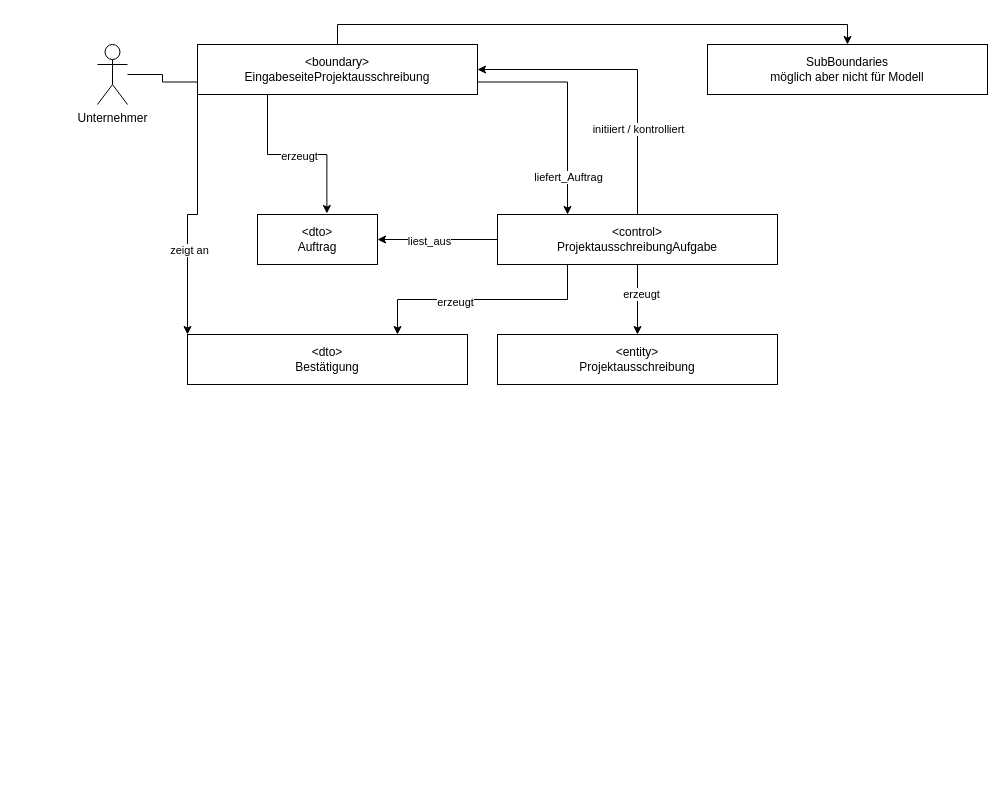
This is BoundaryControl.drawio from tobiasenger/zeichnungen, a draw.io file, before an edit. Source tidied: cells renumbered, new cells numbered last; positions are measured from the earlier drawing's top-left corner, leaving out a move shared by most shapes. Both pictures are drawn from the tidied source at 100%, with x=0, y=0 at pixel (97, 24).
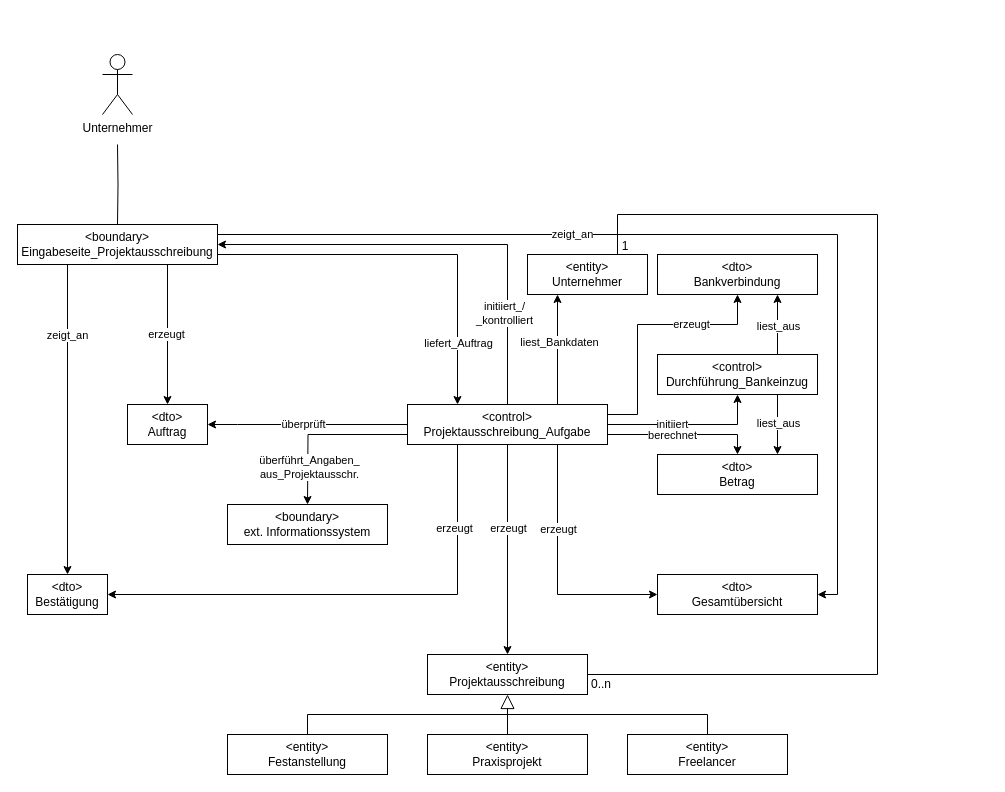
Above is the later version.

Unchanged cells that the change refers to:
```xml
<mxCell id="2" style="edgeStyle=orthogonalEdgeStyle;rounded=0;jettySize=auto;html=1;exitX=1;exitY=0.75;exitDx=0;exitDy=0;entryX=0.25;entryY=0;entryDx=0;entryDy=0;" parent="1" edge="1" source="7" target="16">
  <mxGeometry relative="1" as="geometry" />
</mxCell>
<mxCell id="8" style="edgeStyle=orthogonalEdgeStyle;rounded=0;jettySize=auto;html=1;exitX=0.5;exitY=0;exitDx=0;exitDy=0;entryX=1;entryY=0.5;entryDx=0;entryDy=0;" parent="1" edge="1" source="16" target="7">
  <mxGeometry relative="1" as="geometry" />
</mxCell>
<mxCell id="12" style="edgeStyle=orthogonalEdgeStyle;rounded=0;jettySize=auto;html=1;exitX=0.5;exitY=1;exitDx=0;exitDy=0;entryX=0.5;entryY=0;entryDx=0;entryDy=0;" parent="1" edge="1" source="16" target="20">
  <mxGeometry relative="1" as="geometry" />
</mxCell>
```

What changed in the source:
```diff
@@
     <mxCell id="3" value="liefert_Auftrag" style="edgeLabel;html=1;align=center;verticalAlign=middle;" parent="2" vertex="1">
       <mxGeometry x="0.65" relative="1" as="geometry">
-        <mxPoint y="1" as="offset" />
+        <mxPoint y="6" as="offset" />
       </mxGeometry>
     </mxCell>
-    <mxCell id="4" style="edgeStyle=orthogonalEdgeStyle;rounded=0;jettySize=auto;html=1;exitX=0;exitY=1;exitDx=0;exitDy=0;entryX=0;entryY=0;entryDx=0;entryDy=0;" parent="1" edge="1" source="7" target="21">
+    <mxCell id="4" style="edgeStyle=orthogonalEdgeStyle;rounded=0;jettySize=auto;html=1;exitX=0.25;exitY=1;exitDx=0;exitDy=0;entryX=0.5;entryY=0;entryDx=0;entryDy=0;" parent="1" edge="1" source="7" target="21">
       <mxGeometry relative="1" as="geometry" />
     </mxCell>
-    <mxCell id="5" value="zeigt an" style="edgeLabel;html=1;align=center;verticalAlign=middle;" parent="4" vertex="1">
-      <mxGeometry x="0.32" y="1" relative="1" as="geometry" />
+    <mxCell id="5" value="zeigt_an" style="edgeLabel;html=1;align=center;verticalAlign=middle;" parent="4" vertex="1">
+      <mxGeometry x="0.32" y="1" relative="1" as="geometry">
+        <mxPoint x="-2" y="-135" as="offset" />
+      </mxGeometry>
     </mxCell>
-    <mxCell id="6" style="edgeStyle=orthogonalEdgeStyle;rounded=0;jettySize=auto;html=1;exitX=0.5;exitY=0;exitDx=0;exitDy=0;entryX=0.5;entryY=0;entryDx=0;entryDy=0;" parent="1" edge="1" source="7" target="24">
-      <mxGeometry relative="1" as="geometry">
-        <Array as="points">
-          <mxPoint x="240" />
-          <mxPoint x="750" />
-        </Array>
-      </mxGeometry>
-    </mxCell>
+    <mxCell id="25" style="edgeStyle=orthogonalEdgeStyle;rounded=0;jettySize=auto;html=1;exitX=1;exitY=0.25;exitDx=0;exitDy=0;entryX=1;entryY=0.5;entryDx=0;entryDy=0;" parent="1" edge="1" source="7" target="42">
+      <mxGeometry relative="1" as="geometry" />
+    </mxCell>
+    <mxCell id="26" value="zeigt_an" style="edgeLabel;html=1;align=center;verticalAlign=middle;" parent="25" vertex="1">
+      <mxGeometry x="-0.34" y="1" relative="1" as="geometry">
+        <mxPoint x="24" as="offset" />
+      </mxGeometry>
+    </mxCell>
-    <mxCell id="7" value="&amp;lt;boundary&amp;gt;&lt;br&gt;EingabeseiteProjektausschreibung" style="html=1;whiteSpace=wrap;" parent="1" vertex="1">
-      <mxGeometry x="100" y="20" width="280" height="50" as="geometry" />
+    <mxCell id="7" value="&amp;lt;boundary&amp;gt;&lt;br&gt;Eingabeseite_Projektausschreibung" style="html=1;whiteSpace=wrap;" parent="1" vertex="1">
+      <mxGeometry x="-80" y="200" width="200" height="40" as="geometry" />
     </mxCell>
@@
-    <mxCell id="9" value="initiiert / kontrolliert" style="edgeLabel;html=1;align=center;verticalAlign=middle;" parent="8" vertex="1">
+    <mxCell id="9" value="initiiert_/&lt;br&gt;_kontrolliert" style="edgeLabel;html=1;align=center;verticalAlign=middle;" parent="8" vertex="1">
       <mxGeometry x="-0.33" y="-3" relative="1" as="geometry">
-        <mxPoint x="-3" y="16" as="offset" />
+        <mxPoint x="-7" y="59" as="offset" />
       </mxGeometry>
     </mxCell>
     <mxCell id="10" style="edgeStyle=orthogonalEdgeStyle;rounded=0;jettySize=auto;html=1;exitX=0;exitY=0.5;exitDx=0;exitDy=0;entryX=1;entryY=0.5;entryDx=0;entryDy=0;" parent="1" edge="1" source="16" target="17">
-      <mxGeometry relative="1" as="geometry" />
+      <mxGeometry relative="1" as="geometry">
+        <Array as="points">
+          <mxPoint x="140" y="400" />
+          <mxPoint x="140" y="400" />
+        </Array>
+      </mxGeometry>
     </mxCell>
-    <mxCell id="11" value="liest_aus" style="edgeLabel;html=1;align=center;verticalAlign=middle;" parent="10" vertex="1">
-      <mxGeometry x="0.15" y="1" relative="1" as="geometry" />
+    <mxCell id="11" value="überprüft" style="edgeLabel;html=1;align=center;verticalAlign=middle;" parent="10" vertex="1">
+      <mxGeometry x="0.15" y="1" relative="1" as="geometry">
+        <mxPoint x="10" y="-2" as="offset" />
+      </mxGeometry>
     </mxCell>
@@
     <mxCell id="13" value="erzeugt" style="edgeLabel;html=1;align=center;verticalAlign=middle;" parent="12" vertex="1">
-      <mxGeometry x="-0.18" y="3" relative="1" as="geometry" />
+      <mxGeometry x="-0.18" y="3" relative="1" as="geometry">
+        <mxPoint x="-3" y="-3" as="offset" />
+      </mxGeometry>
     </mxCell>
-    <mxCell id="14" style="edgeStyle=orthogonalEdgeStyle;rounded=0;jettySize=auto;html=1;exitX=0.25;exitY=1;exitDx=0;exitDy=0;entryX=0.75;entryY=0;entryDx=0;entryDy=0;" parent="1" edge="1" source="16" target="21">
-      <mxGeometry relative="1" as="geometry" />
+    <mxCell id="14" style="edgeStyle=orthogonalEdgeStyle;rounded=0;jettySize=auto;html=1;exitX=0.25;exitY=1;exitDx=0;exitDy=0;entryX=1;entryY=0.5;entryDx=0;entryDy=0;" parent="1" edge="1" source="16" target="21">
+      <mxGeometry relative="1" as="geometry">
+        <Array as="points">
+          <mxPoint x="360" y="570" />
+        </Array>
+      </mxGeometry>
     </mxCell>
     <mxCell id="15" value="erzeugt" style="edgeLabel;html=1;align=center;verticalAlign=middle;" parent="14" vertex="1">
-      <mxGeometry x="0.23" y="2" relative="1" as="geometry" />
+      <mxGeometry x="0.23" y="2" relative="1" as="geometry">
+        <mxPoint x="154" y="-69" as="offset" />
+      </mxGeometry>
     </mxCell>
+    <mxCell id="27" style="edgeStyle=orthogonalEdgeStyle;rounded=0;jettySize=auto;html=1;exitX=0.75;exitY=1;exitDx=0;exitDy=0;entryX=0;entryY=0.5;entryDx=0;entryDy=0;" parent="1" edge="1" source="16" target="42">
+      <mxGeometry relative="1" as="geometry" />
+    </mxCell>
+    <mxCell id="28" value="erzeugt" style="edgeLabel;html=1;align=center;verticalAlign=middle;" parent="27" vertex="1">
+      <mxGeometry x="-0.3" relative="1" as="geometry">
+        <mxPoint y="-4" as="offset" />
+      </mxGeometry>
+    </mxCell>
+    <mxCell id="29" style="edgeStyle=orthogonalEdgeStyle;rounded=0;jettySize=auto;html=1;exitX=0.75;exitY=0;exitDx=0;exitDy=0;entryX=0.25;entryY=1;entryDx=0;entryDy=0;" parent="1" edge="1" source="16" target="40">
+      <mxGeometry relative="1" as="geometry" />
+    </mxCell>
+    <mxCell id="30" value="liest_Bankdaten" style="edgeLabel;html=1;align=center;verticalAlign=middle;" parent="29" vertex="1">
+      <mxGeometry x="-0.35" y="-1" relative="1" as="geometry">
+        <mxPoint y="-27" as="offset" />
+      </mxGeometry>
+    </mxCell>
+    <mxCell id="31" style="edgeStyle=orthogonalEdgeStyle;rounded=0;jettySize=auto;html=1;exitX=1;exitY=0.5;exitDx=0;exitDy=0;entryX=0.5;entryY=1;entryDx=0;entryDy=0;" parent="1" edge="1" source="16" target="47">
+      <mxGeometry relative="1" as="geometry" />
+    </mxCell>
+    <mxCell id="32" value="initiiert" style="edgeLabel;html=1;align=center;verticalAlign=middle;" parent="31" vertex="1">
+      <mxGeometry x="-0.2" y="-1" relative="1" as="geometry">
+        <mxPoint y="-2" as="offset" />
+      </mxGeometry>
+    </mxCell>
+    <mxCell id="33" style="edgeStyle=orthogonalEdgeStyle;rounded=0;jettySize=auto;html=1;exitX=1;exitY=0.75;exitDx=0;exitDy=0;entryX=0.5;entryY=0;entryDx=0;entryDy=0;" parent="1" edge="1" source="16" target="41">
+      <mxGeometry relative="1" as="geometry" />
+    </mxCell>
+    <mxCell id="34" value="berechnet" style="edgeLabel;html=1;align=center;verticalAlign=middle;" parent="33" vertex="1">
+      <mxGeometry x="-0.15" relative="1" as="geometry" />
+    </mxCell>
+    <mxCell id="35" style="edgeStyle=orthogonalEdgeStyle;rounded=0;jettySize=auto;html=1;exitX=1;exitY=0.25;exitDx=0;exitDy=0;entryX=0.5;entryY=1;entryDx=0;entryDy=0;" parent="1" edge="1" source="16" target="48">
+      <mxGeometry relative="1" as="geometry">
+        <Array as="points">
+          <mxPoint x="540" y="390" />
+          <mxPoint x="540" y="300" />
+          <mxPoint x="640" y="300" />
+        </Array>
+      </mxGeometry>
+    </mxCell>
+    <mxCell id="36" value="erzeugt" style="edgeLabel;html=1;align=center;verticalAlign=middle;" parent="35" vertex="1">
+      <mxGeometry x="-0.5" y="-1" relative="1" as="geometry">
+        <mxPoint x="52" y="-58" as="offset" />
+      </mxGeometry>
+    </mxCell>
+    <mxCell id="37" style="edgeStyle=orthogonalEdgeStyle;rounded=0;jettySize=auto;html=1;exitX=0;exitY=0.75;exitDx=0;exitDy=0;" parent="1" edge="1" source="16">
+      <mxGeometry relative="1" as="geometry">
+        <mxPoint x="210" y="480" as="targetPoint" />
+      </mxGeometry>
+    </mxCell>
+    <mxCell id="38" value="überführt_Angaben_&lt;br&gt;aus_Projektausschr." style="edgeLabel;html=1;align=center;verticalAlign=middle;" parent="37" vertex="1">
+      <mxGeometry x="0.56" y="1" relative="1" as="geometry" />
+    </mxCell>
-    <mxCell id="16" value="&amp;lt;control&amp;gt;&lt;br&gt;ProjektausschreibungAufgabe" style="html=1;whiteSpace=wrap;" parent="1" vertex="1">
-      <mxGeometry x="400" y="190" width="280" height="50" as="geometry" />
+    <mxCell id="16" value="&amp;lt;control&amp;gt;&lt;br&gt;Projektausschreibung_Aufgabe" style="html=1;whiteSpace=wrap;" parent="1" vertex="1">
+      <mxGeometry x="310" y="380" width="200" height="40" as="geometry" />
     </mxCell>
     <mxCell id="17" value="&amp;lt;dto&amp;gt;&lt;br&gt;Auftrag" style="html=1;whiteSpace=wrap;" parent="1" vertex="1">
-      <mxGeometry x="160" y="190" width="120" height="50" as="geometry" />
+      <mxGeometry x="30" y="380" width="80" height="40" as="geometry" />
     </mxCell>
-    <mxCell id="18" style="edgeStyle=orthogonalEdgeStyle;rounded=0;jettySize=auto;html=1;exitX=0.25;exitY=1;exitDx=0;exitDy=0;entryX=0.578;entryY=-0.02;entryDx=0;entryDy=0;entryPerimeter=0;" parent="1" edge="1" source="7" target="17">
+    <mxCell id="18" style="edgeStyle=orthogonalEdgeStyle;rounded=0;jettySize=auto;html=1;exitX=0.75;exitY=1;exitDx=0;exitDy=0;entryX=0.5;entryY=0;entryDx=0;entryDy=0;" parent="1" edge="1" source="7" target="17">
       <mxGeometry relative="1" as="geometry" />
     </mxCell>
@@
     <mxCell id="20" value="&amp;lt;entity&amp;gt;&lt;br&gt;Projektausschreibung" style="html=1;whiteSpace=wrap;" parent="1" vertex="1">
-      <mxGeometry x="400" y="310" width="280" height="50" as="geometry" />
+      <mxGeometry x="330" y="630" width="160" height="40" as="geometry" />
     </mxCell>
     <mxCell id="21" value="&amp;lt;dto&amp;gt;&lt;br&gt;Bestätigung" style="html=1;whiteSpace=wrap;" parent="1" vertex="1">
-      <mxGeometry x="90" y="310" width="280" height="50" as="geometry" />
+      <mxGeometry x="-70" y="550" width="80" height="40" as="geometry" />
     </mxCell>
-    <mxCell id="22" style="edgeStyle=orthogonalEdgeStyle;rounded=0;jettySize=auto;html=1;entryX=0;entryY=0.75;entryDx=0;entryDy=0;endArrow=none;endFill=0;" parent="1" edge="1" source="23" target="7">
-      <mxGeometry relative="1" as="geometry" />
+    <mxCell id="22" style="edgeStyle=orthogonalEdgeStyle;rounded=0;jettySize=auto;html=1;entryX=0.5;entryY=0;entryDx=0;entryDy=0;endArrow=none;endFill=0;" parent="1" edge="1" target="7">
+      <mxGeometry relative="1" as="geometry">
+        <mxPoint x="20" y="120" as="sourcePoint" />
+      </mxGeometry>
     </mxCell>
     <mxCell id="23" value="Unternehmer" style="shape=umlActor;verticalLabelPosition=bottom;verticalAlign=top;html=1;" parent="1" vertex="1">
-      <mxGeometry y="20" width="30" height="60" as="geometry" />
+      <mxGeometry x="5" y="30" width="30" height="60" as="geometry" />
     </mxCell>
-    <mxCell id="24" value="SubBoundaries&lt;br&gt;möglich aber nicht für Modell" style="html=1;whiteSpace=wrap;" parent="1" vertex="1">
-      <mxGeometry x="610" y="20" width="280" height="50" as="geometry" />
-    </mxCell>
+    <mxCell id="39" style="edgeStyle=orthogonalEdgeStyle;rounded=0;jettySize=auto;html=1;exitX=0.75;exitY=0;exitDx=0;exitDy=0;entryX=1;entryY=0.5;entryDx=0;entryDy=0;endArrow=none;endFill=0;" parent="1" edge="1" source="40" target="20">
+      <mxGeometry relative="1" as="geometry">
+        <Array as="points">
+          <mxPoint x="520" y="190" />
+          <mxPoint x="780" y="190" />
+          <mxPoint x="780" y="650" />
+        </Array>
+      </mxGeometry>
+    </mxCell>
+    <mxCell id="40" value="&amp;lt;entity&amp;gt;&lt;br&gt;Unternehmer" style="rounded=0;whiteSpace=wrap;html=1;" parent="1" vertex="1">
+      <mxGeometry x="430" y="230" width="120" height="40" as="geometry" />
+    </mxCell>
+    <mxCell id="41" value="&amp;lt;dto&amp;gt;&lt;br&gt;Betrag" style="rounded=0;whiteSpace=wrap;html=1;" parent="1" vertex="1">
+      <mxGeometry x="560" y="430" width="160" height="40" as="geometry" />
+    </mxCell>
+    <mxCell id="42" value="&amp;lt;dto&amp;gt;&lt;br&gt;Gesamtübersicht" style="rounded=0;whiteSpace=wrap;html=1;" parent="1" vertex="1">
+      <mxGeometry x="560" y="550" width="160" height="40" as="geometry" />
+    </mxCell>
+    <mxCell id="43" style="edgeStyle=orthogonalEdgeStyle;rounded=0;jettySize=auto;html=1;exitX=0.75;exitY=1;exitDx=0;exitDy=0;entryX=0.75;entryY=0;entryDx=0;entryDy=0;" parent="1" edge="1" source="47" target="41">
+      <mxGeometry relative="1" as="geometry" />
+    </mxCell>
+    <mxCell id="44" value="liest_aus" style="edgeLabel;html=1;align=center;verticalAlign=middle;" parent="43" vertex="1">
+      <mxGeometry x="-0.07" relative="1" as="geometry" />
+    </mxCell>
+    <mxCell id="45" style="edgeStyle=orthogonalEdgeStyle;rounded=0;jettySize=auto;html=1;exitX=0.75;exitY=0;exitDx=0;exitDy=0;entryX=0.75;entryY=1;entryDx=0;entryDy=0;" parent="1" edge="1" source="47" target="48">
+      <mxGeometry relative="1" as="geometry" />
+    </mxCell>
+    <mxCell id="46" value="liest_aus" style="edgeLabel;html=1;align=center;verticalAlign=middle;" parent="45" vertex="1">
+      <mxGeometry x="-0.03" relative="1" as="geometry" />
+    </mxCell>
+    <mxCell id="47" value="&amp;lt;control&amp;gt;&lt;br&gt;Durchführung_Bankeinzug" style="rounded=0;whiteSpace=wrap;html=1;" parent="1" vertex="1">
+      <mxGeometry x="560" y="330" width="160" height="40" as="geometry" />
+    </mxCell>
+    <mxCell id="48" value="&amp;lt;dto&amp;gt;&lt;br&gt;Bankverbindung" style="rounded=0;whiteSpace=wrap;html=1;" parent="1" vertex="1">
+      <mxGeometry x="560" y="230" width="160" height="40" as="geometry" />
+    </mxCell>
+    <mxCell id="49" value="1" style="text;html=1;strokeColor=none;fillColor=none;align=center;verticalAlign=middle;whiteSpace=wrap;rounded=0;" parent="1" vertex="1">
+      <mxGeometry x="523" y="217" width="10" height="10" as="geometry" />
+    </mxCell>
+    <mxCell id="50" value="0..n" style="text;html=1;strokeColor=none;fillColor=none;align=center;verticalAlign=middle;whiteSpace=wrap;rounded=0;" parent="1" vertex="1">
+      <mxGeometry x="499" y="655" width="10" height="10" as="geometry" />
+    </mxCell>
+    <mxCell id="51" style="edgeStyle=orthogonalEdgeStyle;rounded=0;jettySize=auto;html=1;exitX=0.5;exitY=0;exitDx=0;exitDy=0;entryX=0.5;entryY=1;entryDx=0;entryDy=0;endArrow=block;endFill=0;endSize=12;" parent="1" edge="1" source="52" target="20">
+      <mxGeometry relative="1" as="geometry" />
+    </mxCell>
+    <mxCell id="52" value="&amp;lt;entity&amp;gt;&lt;br&gt;Praxisprojekt" style="html=1;whiteSpace=wrap;" parent="1" vertex="1">
+      <mxGeometry x="330" y="710" width="160" height="40" as="geometry" />
+    </mxCell>
+    <mxCell id="53" style="edgeStyle=orthogonalEdgeStyle;rounded=0;jettySize=auto;html=1;exitX=0.5;exitY=0;exitDx=0;exitDy=0;endArrow=none;endFill=0;" parent="1" edge="1" source="54">
+      <mxGeometry relative="1" as="geometry">
+        <mxPoint x="410" y="690" as="targetPoint" />
+        <Array as="points">
+          <mxPoint x="210" y="690" />
+        </Array>
+      </mxGeometry>
+    </mxCell>
+    <mxCell id="54" value="&amp;lt;entity&amp;gt;&lt;br&gt;Festanstellung" style="html=1;whiteSpace=wrap;" parent="1" vertex="1">
+      <mxGeometry x="130" y="710" width="160" height="40" as="geometry" />
+    </mxCell>
+    <mxCell id="55" style="edgeStyle=orthogonalEdgeStyle;rounded=0;jettySize=auto;html=1;exitX=0.5;exitY=0;exitDx=0;exitDy=0;endArrow=none;endFill=0;" parent="1" edge="1" source="56">
+      <mxGeometry relative="1" as="geometry">
+        <mxPoint x="410" y="690" as="targetPoint" />
+        <Array as="points">
+          <mxPoint x="610" y="690" />
+        </Array>
+      </mxGeometry>
+    </mxCell>
+    <mxCell id="56" value="&amp;lt;entity&amp;gt;&lt;br&gt;Freelancer" style="html=1;whiteSpace=wrap;" parent="1" vertex="1">
+      <mxGeometry x="530" y="710" width="160" height="40" as="geometry" />
+    </mxCell>
+    <mxCell id="57" value="&amp;lt;boundary&amp;gt;&lt;br&gt;ext. Informationssystem" style="rounded=0;whiteSpace=wrap;html=1;" parent="1" vertex="1">
+      <mxGeometry x="130" y="480" width="160" height="40" as="geometry" />
+    </mxCell>
```
